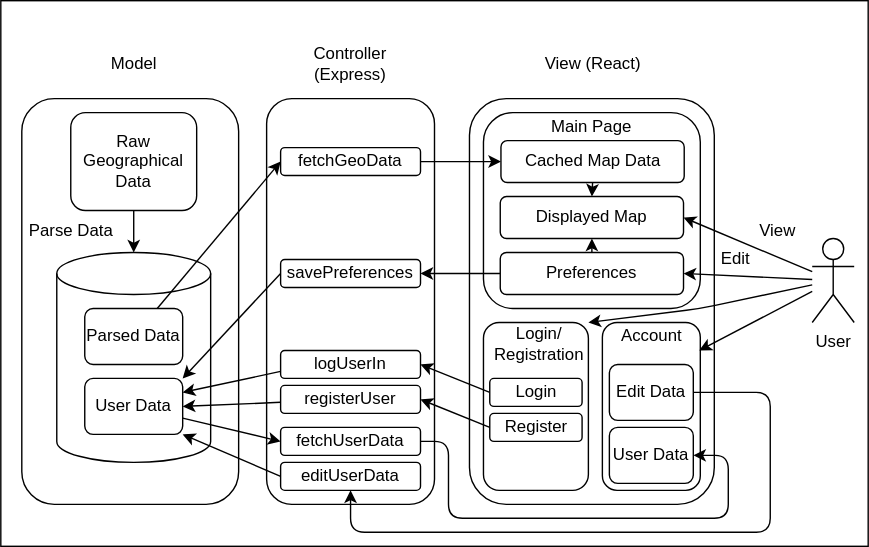
Before: Trip Atlas/Documentation/Design/Overall Design.drawio.svg, a diagram exported from draw.io (GabrielByram/TripAtlas). Source tidied: cells renumbered, new cells last; positions are measured from the earlier drawing's top-left corner, leaving out a move shared by most shapes.
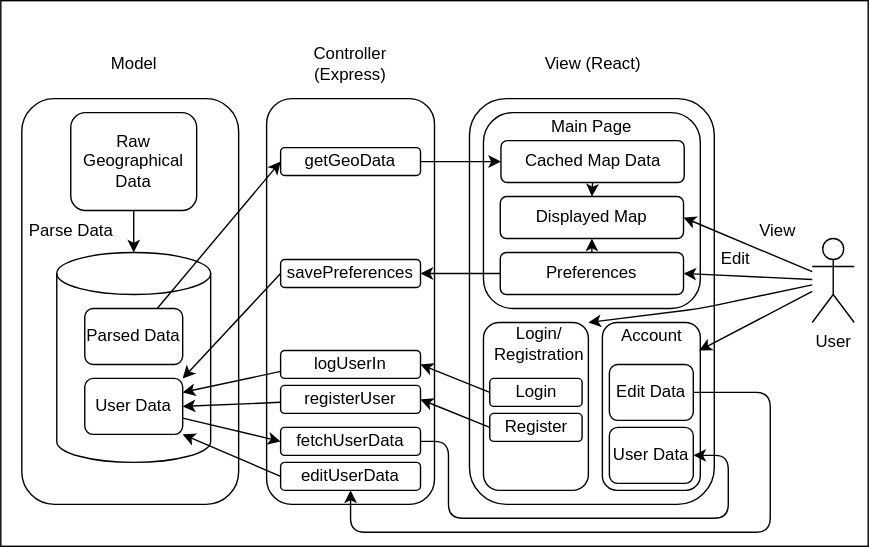
Above is the later version.

Change to the diagram source:
```diff
@@ -77,7 +77,7 @@
     <mxCell id="26" style="edgeStyle=none;html=1;entryX=0;entryY=0.5;entryDx=0;entryDy=0;exitX=1;exitY=0.5;exitDx=0;exitDy=0;" parent="1" edge="1" source="27" target="37">
       <mxGeometry relative="1" as="geometry" />
     </mxCell>
-    <mxCell id="27" value="fetchGeoData" style="rounded=1;whiteSpace=wrap;html=1;" parent="1" vertex="1">
+    <mxCell id="27" value="getGeoData" style="rounded=1;whiteSpace=wrap;html=1;" parent="1" vertex="1">
       <mxGeometry x="200" y="105" width="100" height="20" as="geometry" />
     </mxCell>
     <mxCell id="28" style="edgeStyle=none;html=1;entryX=1;entryY=0.5;entryDx=0;entryDy=0;" parent="1" edge="1" source="32" target="38">
```
